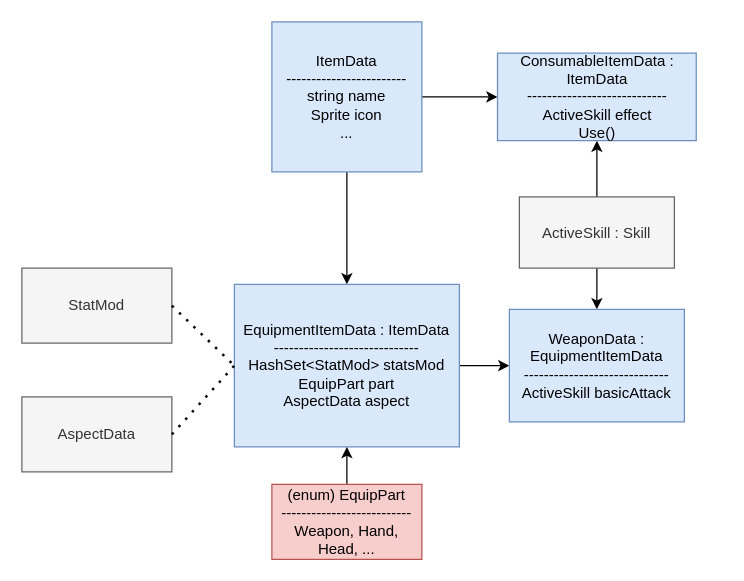
Before: page "Inventory.Items" (1 of 7) of workflows/Inventory,Skills & Effects.drawio in moretech1402/Unity-Scripts, a draw.io diagram. Source tidied: cells renumbered, new cells numbered last; positions are measured from the earlier drawing's top-left corner, leaving out a move shared by most shapes. Both pictures are drawn from the tidied source at 125%, with x=0, y=0 at pixel (21, 21).
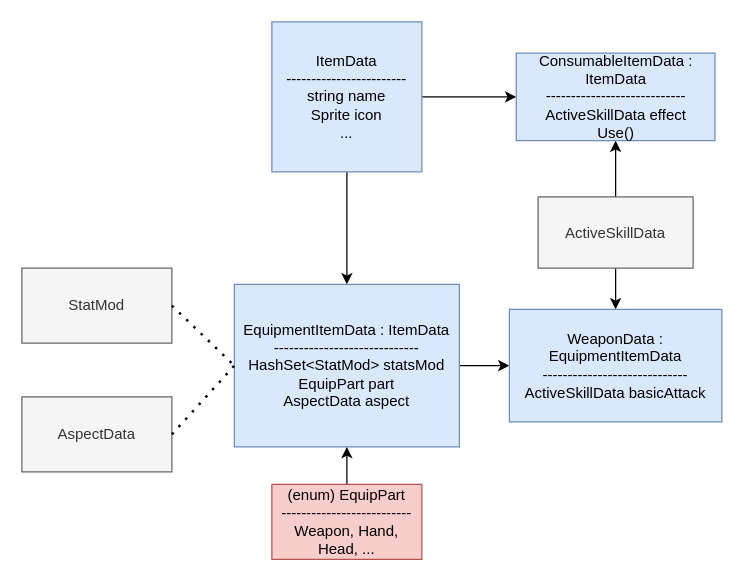
The same page after the edit.

Commit message (it also covers changes not shown here):
ADD : Skill leveling in diagram

What changed in the source:
```diff
@@
 <mxGraphModel>
   <root>
     <mxCell id="0" />
     <mxCell id="1" parent="0" />
     <mxCell id="2" style="edgeStyle=orthogonalEdgeStyle;rounded=0;jettySize=auto;html=1;entryX=0.5;entryY=0;entryDx=0;entryDy=0;" parent="1" edge="1" source="4" target="10">
       <mxGeometry relative="1" as="geometry" />
     </mxCell>
     <mxCell id="3" style="edgeStyle=orthogonalEdgeStyle;rounded=0;jettySize=auto;html=1;entryX=0;entryY=0.5;entryDx=0;entryDy=0;" parent="1" edge="1" source="4" target="14">
       <mxGeometry relative="1" as="geometry" />
     </mxCell>
     <mxCell id="4" value="ItemData&lt;div&gt;------------------------&lt;/div&gt;&lt;div&gt;string name&lt;/div&gt;&lt;div&gt;Sprite icon&lt;/div&gt;&lt;div&gt;...&lt;/div&gt;" style="whiteSpace=wrap;html=1;fillColor=#dae8fc;strokeColor=#6c8ebf;" parent="1" vertex="1">
       <mxGeometry x="200" width="120" height="120" as="geometry" />
     </mxCell>
     <mxCell id="5" style="edgeStyle=orthogonalEdgeStyle;rounded=0;jettySize=auto;html=1;entryX=0.5;entryY=1;entryDx=0;entryDy=0;" parent="1" edge="1" source="7" target="14">
       <mxGeometry relative="1" as="geometry" />
     </mxCell>
     <mxCell id="6" style="edgeStyle=orthogonalEdgeStyle;rounded=0;jettySize=auto;html=1;entryX=0.5;entryY=0;entryDx=0;entryDy=0;" parent="1" edge="1" source="7" target="11">
       <mxGeometry relative="1" as="geometry" />
     </mxCell>
-    <mxCell id="7" value="ActiveSkill : Skill" style="rounded=0;whiteSpace=wrap;html=1;fillColor=#f5f5f5;strokeColor=#666666;fontColor=#333333;" parent="1" vertex="1">
-      <mxGeometry x="398" y="140" width="124" height="57" as="geometry" />
+    <mxCell id="7" value="ActiveSkillData" style="rounded=0;whiteSpace=wrap;html=1;fillColor=#f5f5f5;strokeColor=#666666;fontColor=#333333;" parent="1" vertex="1">
+      <mxGeometry x="413" y="140" width="124" height="57" as="geometry" />
     </mxCell>
     <mxCell id="8" style="edgeStyle=orthogonalEdgeStyle;rounded=0;orthogonalLoop=1;jettySize=auto;html=1;exitX=0.5;exitY=1;exitDx=0;exitDy=0;" parent="1" edge="1" source="4" target="4">
       <mxGeometry relative="1" as="geometry" />
     </mxCell>
     <mxCell id="9" style="edgeStyle=orthogonalEdgeStyle;rounded=0;jettySize=auto;html=1;entryX=0;entryY=0.5;entryDx=0;entryDy=0;" parent="1" edge="1" source="10" target="11">
       <mxGeometry relative="1" as="geometry" />
     </mxCell>
     <mxCell id="10" value="EquipmentItemData : ItemData&lt;div&gt;-----------------------------&lt;/div&gt;&lt;div&gt;HashSet&amp;lt;StatMod&amp;gt; statsMod&lt;/div&gt;&lt;div&gt;EquipPart part&lt;/div&gt;&lt;div&gt;AspectData aspect&lt;/div&gt;" style="rounded=0;whiteSpace=wrap;html=1;fillColor=#dae8fc;strokeColor=#6c8ebf;" parent="1" vertex="1">
       <mxGeometry x="170" y="210" width="180" height="130" as="geometry" />
     </mxCell>
-    <mxCell id="11" value="WeaponData : EquipmentItemData&lt;div&gt;-----------------------------&lt;/div&gt;&lt;div&gt;ActiveSkill basicAttack&lt;/div&gt;" style="rounded=0;whiteSpace=wrap;html=1;fillColor=#dae8fc;strokeColor=#6c8ebf;" parent="1" vertex="1">
-      <mxGeometry x="390" y="230" width="140" height="90" as="geometry" />
+    <mxCell id="11" value="WeaponData : EquipmentItemData&lt;div&gt;-----------------------------&lt;/div&gt;&lt;div&gt;ActiveSkillData basicAttack&lt;/div&gt;" style="rounded=0;whiteSpace=wrap;html=1;fillColor=#dae8fc;strokeColor=#6c8ebf;" parent="1" vertex="1">
+      <mxGeometry x="390" y="230" width="170" height="90" as="geometry" />
     </mxCell>
     <mxCell id="12" style="edgeStyle=orthogonalEdgeStyle;rounded=0;jettySize=auto;html=1;entryX=0.5;entryY=1;entryDx=0;entryDy=0;" parent="1" edge="1" source="13" target="10">
       <mxGeometry relative="1" as="geometry" />
     </mxCell>
     <mxCell id="13" value="(enum) EquipPart&lt;div&gt;--------------------------&lt;/div&gt;&lt;div&gt;Weapon, Hand, Head, ...&lt;/div&gt;" style="rounded=0;whiteSpace=wrap;html=1;fillColor=#f8cecc;strokeColor=#b85450;" parent="1" vertex="1">
       <mxGeometry x="200" y="370" width="120" height="60" as="geometry" />
     </mxCell>
-    <mxCell id="14" value="ConsumableItemData : ItemData&lt;div&gt;----------------------------&lt;/div&gt;&lt;div&gt;ActiveSkill effect&lt;/div&gt;&lt;div&gt;Use()&lt;/div&gt;" style="rounded=0;whiteSpace=wrap;html=1;fillColor=#dae8fc;strokeColor=#6c8ebf;" parent="1" vertex="1">
-      <mxGeometry x="380.5" y="25" width="159" height="70" as="geometry" />
+    <mxCell id="14" value="ConsumableItemData : ItemData&lt;div&gt;----------------------------&lt;/div&gt;&lt;div&gt;ActiveSkillData effect&lt;/div&gt;&lt;div&gt;Use()&lt;/div&gt;" style="rounded=0;whiteSpace=wrap;html=1;fillColor=#dae8fc;strokeColor=#6c8ebf;" parent="1" vertex="1">
+      <mxGeometry x="395.5" y="25" width="159" height="70" as="geometry" />
     </mxCell>
     <mxCell id="15" value="AspectData" style="rounded=0;whiteSpace=wrap;html=1;fillColor=#f5f5f5;fontColor=#333333;strokeColor=#666666;" parent="1" vertex="1">
       <mxGeometry y="300" width="120" height="60" as="geometry" />
     </mxCell>
     <mxCell id="16" style="endArrow=none;dashed=1;html=1;dashPattern=1 3;strokeWidth=2;rounded=0;exitX=1;exitY=0.5;exitDx=0;exitDy=0;entryX=0;entryY=0.5;entryDx=0;entryDy=0;" parent="1" edge="1" source="15" target="10">
       <mxGeometry relative="1" as="geometry" />
     </mxCell>
     <mxCell id="17" value="StatMod" style="rounded=0;whiteSpace=wrap;html=1;fillColor=#f5f5f5;fontColor=#333333;strokeColor=#666666;" parent="1" vertex="1">
       <mxGeometry y="197" width="120" height="60" as="geometry" />
     </mxCell>
     <mxCell id="18" style="endArrow=none;dashed=1;html=1;dashPattern=1 3;strokeWidth=2;rounded=0;exitX=1;exitY=0.5;exitDx=0;exitDy=0;entryX=0;entryY=0.5;entryDx=0;entryDy=0;" parent="1" edge="1" source="17" target="10">
       <mxGeometry relative="1" as="geometry" />
     </mxCell>
   </root>
 </mxGraphModel>
```
